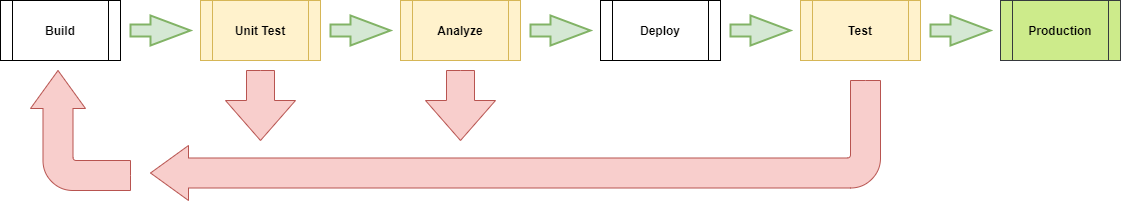
This is CI/Copy of CI/CD Pipeline - Demo.png from BigSave24/CI-CD-PipelineDemo, a draw.io export, as it was before one commit. Source tidied: cells renumbered, new cells last; positions are measured from the earlier drawing's top-left corner, leaving out a move shared by most shapes. Its diagram source:
```xml
<mxGraphModel>
  <root>
    <mxCell id="0" />
    <mxCell id="1" parent="0" />
    <mxCell id="2" value="&lt;b&gt;Build&lt;/b&gt;" style="shape=process;whiteSpace=wrap;html=1;backgroundOutline=1;" parent="1" vertex="1">
      <mxGeometry width="120" height="60" as="geometry" />
    </mxCell>
    <mxCell id="3" value="&lt;b&gt;Unit Test&lt;/b&gt;" style="shape=process;whiteSpace=wrap;html=1;backgroundOutline=1;fillColor=#fff2cc;strokeColor=#d6b656;" parent="1" vertex="1">
      <mxGeometry x="200" width="120" height="60" as="geometry" />
    </mxCell>
    <mxCell id="4" style="verticalLabelPosition=bottom;verticalAlign=top;html=1;strokeWidth=2;shape=mxgraph.arrows2.arrow;dy=0.6;dx=40;notch=0;fillColor=#d5e8d4;strokeColor=#82b366;" parent="1" vertex="1">
      <mxGeometry x="130" y="15" width="60" height="30" as="geometry" />
    </mxCell>
    <mxCell id="5" style="verticalLabelPosition=bottom;verticalAlign=top;html=1;strokeWidth=2;shape=mxgraph.arrows2.arrow;dy=0.6;dx=40;notch=0;fillColor=#d5e8d4;strokeColor=#82b366;" parent="1" vertex="1">
      <mxGeometry x="330" y="15" width="60" height="30" as="geometry" />
    </mxCell>
    <mxCell id="6" value="&lt;b&gt;Analyze&lt;/b&gt;" style="shape=process;whiteSpace=wrap;html=1;backgroundOutline=1;fillColor=#fff2cc;strokeColor=#d6b656;" parent="1" vertex="1">
      <mxGeometry x="400" width="120" height="60" as="geometry" />
    </mxCell>
    <mxCell id="7" style="verticalLabelPosition=bottom;verticalAlign=top;html=1;strokeWidth=2;shape=mxgraph.arrows2.arrow;dy=0.6;dx=40;notch=0;fillColor=#d5e8d4;strokeColor=#82b366;" parent="1" vertex="1">
      <mxGeometry x="930" y="15" width="60" height="30" as="geometry" />
    </mxCell>
    <mxCell id="8" style="verticalLabelPosition=bottom;verticalAlign=top;html=1;strokeWidth=2;shape=mxgraph.arrows2.arrow;dy=0.6;dx=40;notch=0;fillColor=#d5e8d4;strokeColor=#82b366;" parent="1" vertex="1">
      <mxGeometry x="530" y="15" width="60" height="30" as="geometry" />
    </mxCell>
    <mxCell id="9" style="verticalLabelPosition=bottom;verticalAlign=top;html=1;strokeWidth=2;shape=mxgraph.arrows2.arrow;dy=0.6;dx=40;notch=0;fillColor=#d5e8d4;strokeColor=#82b366;" parent="1" vertex="1">
      <mxGeometry x="730" y="15" width="60" height="30" as="geometry" />
    </mxCell>
    <mxCell id="10" value="&lt;b&gt;Deploy&lt;/b&gt;" style="shape=process;whiteSpace=wrap;html=1;backgroundOutline=1;" parent="1" vertex="1">
      <mxGeometry x="600" width="120" height="60" as="geometry" />
    </mxCell>
    <mxCell id="11" value="&lt;b&gt;Production&lt;/b&gt;" style="shape=process;whiteSpace=wrap;html=1;backgroundOutline=1;fillColor=#cdeb8b;strokeColor=#36393d;" parent="1" vertex="1">
      <mxGeometry x="1000" width="120" height="60" as="geometry" />
    </mxCell>
    <mxCell id="12" value="&lt;b&gt;Test&lt;/b&gt;" style="shape=process;whiteSpace=wrap;html=1;backgroundOutline=1;fillColor=#fff2cc;strokeColor=#d6b656;" parent="1" vertex="1">
      <mxGeometry x="800" width="120" height="60" as="geometry" />
    </mxCell>
    <mxCell id="13" style="html=1;shadow=0;dashed=0;align=center;verticalAlign=middle;shape=mxgraph.arrows2.bendArrow;dy=15;dx=38;notch=0;arrowHead=55;rounded=1;rotation=-180;fillColor=#f8cecc;strokeColor=#b85450;" parent="1" vertex="1">
      <mxGeometry x="150" y="80" width="730" height="120" as="geometry" />
    </mxCell>
    <mxCell id="14" style="html=1;shadow=0;dashed=0;align=center;verticalAlign=middle;shape=mxgraph.arrows2.arrow;dy=0.6;dx=40;direction=south;notch=0;fillColor=#f8cecc;strokeColor=#b85450;" parent="1" vertex="1">
      <mxGeometry x="225" y="70" width="70" height="70" as="geometry" />
    </mxCell>
    <mxCell id="15" style="html=1;shadow=0;dashed=0;align=center;verticalAlign=middle;shape=mxgraph.arrows2.arrow;dy=0.6;dx=40;direction=south;notch=0;fillColor=#f8cecc;strokeColor=#b85450;" parent="1" vertex="1">
      <mxGeometry x="425" y="70" width="70" height="70" as="geometry" />
    </mxCell>
    <mxCell id="16" style="html=1;shadow=0;dashed=0;align=center;verticalAlign=middle;shape=mxgraph.arrows2.bendArrow;dy=15;dx=38;notch=0;arrowHead=55;rounded=1;rotation=-90;fillColor=#f8cecc;strokeColor=#b85450;" parent="1" vertex="1">
      <mxGeometry x="20" y="80" width="120" height="100" as="geometry" />
    </mxCell>
  </root>
</mxGraphModel>
```
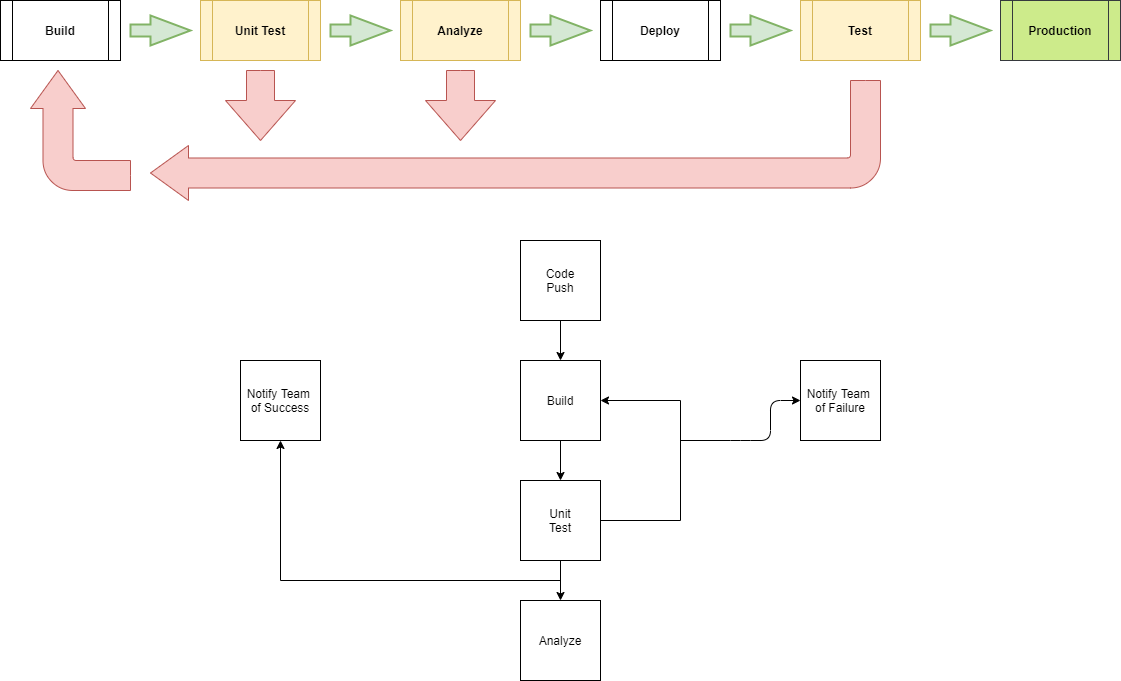
The same file after the commit.

The edit, as a diff of the source:
```diff
@@ -47,5 +47,55 @@
     <mxCell id="16" style="html=1;shadow=0;dashed=0;align=center;verticalAlign=middle;shape=mxgraph.arrows2.bendArrow;dy=15;dx=38;notch=0;arrowHead=55;rounded=1;rotation=-90;fillColor=#f8cecc;strokeColor=#b85450;" parent="1" vertex="1">
       <mxGeometry x="20" y="80" width="120" height="100" as="geometry" />
     </mxCell>
+    <mxCell id="17" style="edgeStyle=orthogonalEdgeStyle;rounded=0;jettySize=auto;html=1;" parent="1" edge="1" source="18" target="20">
+      <mxGeometry relative="1" as="geometry" />
+    </mxCell>
+    <mxCell id="18" value="Code&lt;br&gt;Push" style="whiteSpace=wrap;html=1;" parent="1" vertex="1">
+      <mxGeometry x="520" y="240" width="80" height="80" as="geometry" />
+    </mxCell>
+    <mxCell id="19" style="edgeStyle=orthogonalEdgeStyle;rounded=0;jettySize=auto;html=1;" parent="1" edge="1" source="20" target="24">
+      <mxGeometry relative="1" as="geometry" />
+    </mxCell>
+    <mxCell id="20" value="Build" style="whiteSpace=wrap;html=1;" parent="1" vertex="1">
+      <mxGeometry x="520" y="360" width="80" height="80" as="geometry" />
+    </mxCell>
+    <mxCell id="21" style="edgeStyle=orthogonalEdgeStyle;rounded=0;jettySize=auto;html=1;entryX=1;entryY=0.5;entryDx=0;entryDy=0;" parent="1" edge="1" source="24" target="20">
+      <mxGeometry relative="1" as="geometry">
+        <Array as="points">
+          <mxPoint x="680" y="520" />
+          <mxPoint x="680" y="400" />
+        </Array>
+      </mxGeometry>
+    </mxCell>
+    <mxCell id="22" style="edgeStyle=orthogonalEdgeStyle;rounded=0;jettySize=auto;html=1;" parent="1" edge="1" source="24" target="25">
+      <mxGeometry relative="1" as="geometry" />
+    </mxCell>
+    <mxCell id="23" style="edgeStyle=orthogonalEdgeStyle;rounded=0;jettySize=auto;html=1;entryX=0.5;entryY=1;entryDx=0;entryDy=0;" parent="1" edge="1" target="27">
+      <mxGeometry relative="1" as="geometry">
+        <mxPoint x="560" y="580" as="sourcePoint" />
+      </mxGeometry>
+    </mxCell>
+    <mxCell id="24" value="Unit&lt;br&gt;Test" style="whiteSpace=wrap;html=1;" parent="1" vertex="1">
+      <mxGeometry x="520" y="480" width="80" height="80" as="geometry" />
+    </mxCell>
+    <mxCell id="25" value="Analyze" style="whiteSpace=wrap;html=1;" parent="1" vertex="1">
+      <mxGeometry x="520" y="600" width="80" height="80" as="geometry" />
+    </mxCell>
+    <mxCell id="26" value="Notify Team &lt;br&gt;of Failure" style="whiteSpace=wrap;html=1;" parent="1" vertex="1">
+      <mxGeometry x="800" y="360" width="80" height="80" as="geometry" />
+    </mxCell>
+    <mxCell id="27" value="Notify Team &lt;br&gt;of Success" style="whiteSpace=wrap;html=1;" parent="1" vertex="1">
+      <mxGeometry x="240" y="360" width="80" height="80" as="geometry" />
+    </mxCell>
+    <mxCell id="28" style="endArrow=classic;html=1;entryX=0;entryY=0.5;entryDx=0;entryDy=0;" parent="1" edge="1" target="26">
+      <mxGeometry relative="1" as="geometry">
+        <mxPoint x="680" y="440" as="sourcePoint" />
+        <Array as="points">
+          <mxPoint x="740" y="440" />
+          <mxPoint x="770" y="440" />
+          <mxPoint x="770" y="400" />
+        </Array>
+      </mxGeometry>
+    </mxCell>
   </root>
 </mxGraphModel>
```
